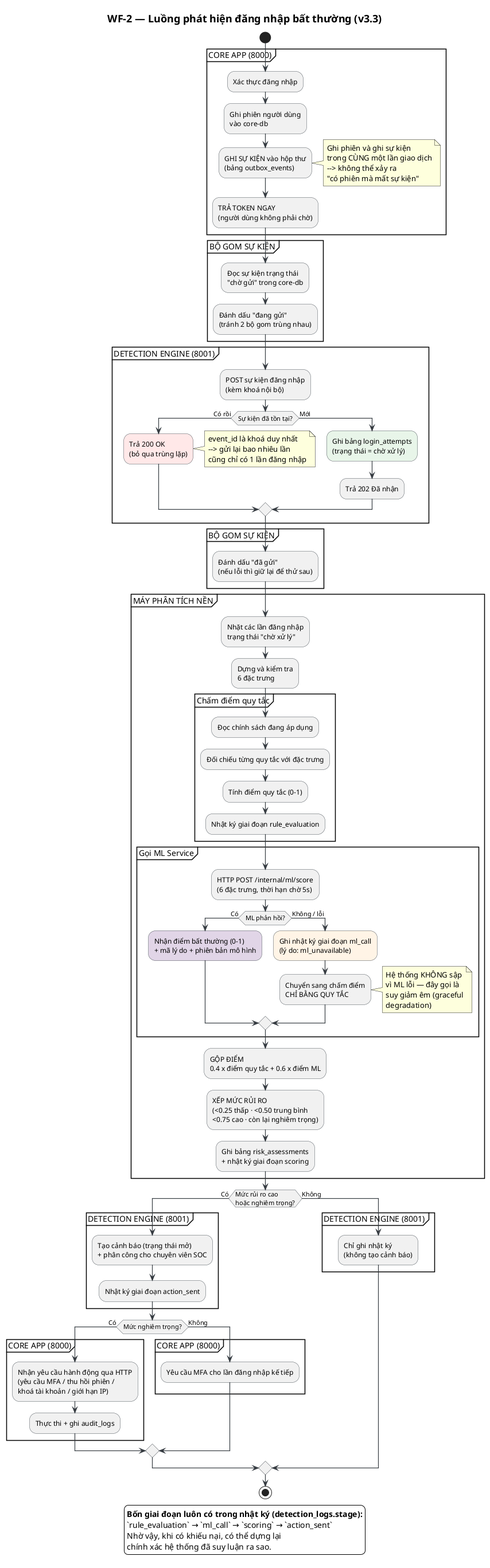
The PlantUML diagram docs/diagrams/v3.3-detect/02-wf2-duong-dien-chinh.png in Albert-Tuan/sentinel-auth, before a commit.
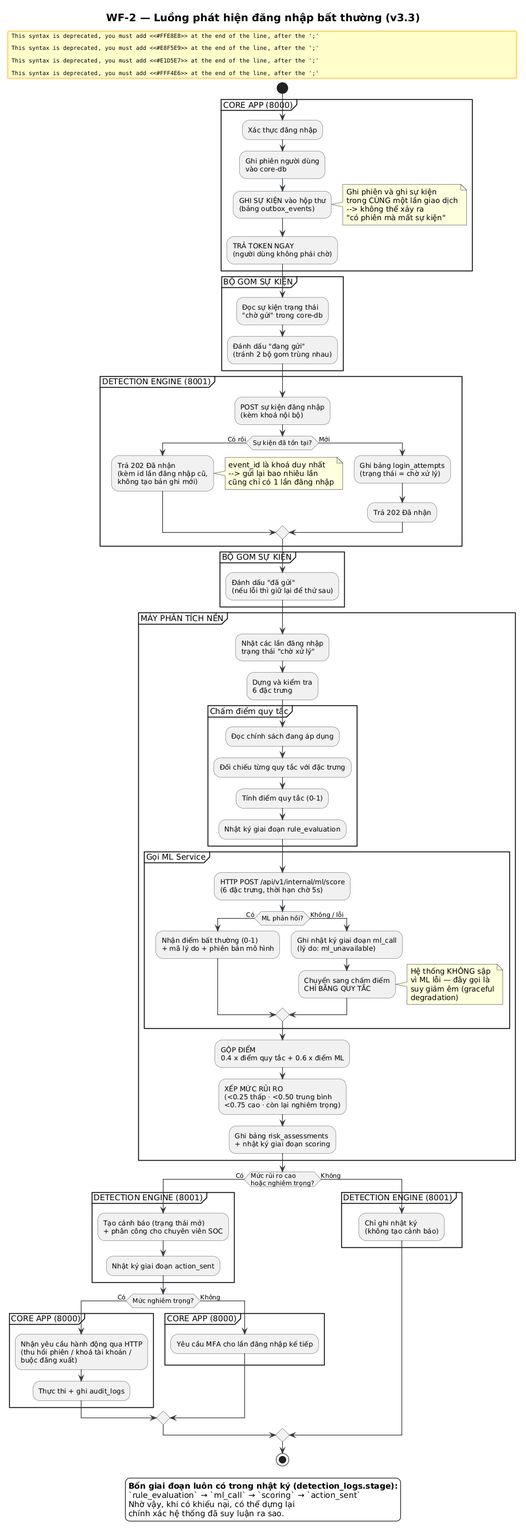
After the change.

What changed in the source:
```diff
@@ -35,7 +35,7 @@
 partition "DETECTION ENGINE (8001)" {
   :POST sự kiện đăng nhập\n(kèm khoá nội bộ);
   if (Sự kiện đã tồn tại?) then (Có rồi)
-    #FFE8E8:Trả 200 OK\n(bỏ qua trùng lặp);
+    #FFE8E8:Trả 202 Đã nhận\n(kèm id lần đăng nhập cũ,\nkhông tạo bản ghi mới);
     note right
       event_id là khoá duy nhất
       --> gửi lại bao nhiêu lần
@@ -59,7 +59,7 @@
     :Nhật ký giai đoạn rule_evaluation;
   }
   partition "Gọi ML Service" {
-    :HTTP POST /internal/ml/score\n(6 đặc trưng, thời hạn chờ 5s);
+    :HTTP POST /api/v1/internal/ml/score\n(6 đặc trưng, thời hạn chờ 5s);
     if (ML phản hồi?) then (Có)
       #E1D5E7:Nhận điểm bất thường (0-1)\n+ mã lý do + phiên bản mô hình;
     else (Không / lỗi)
@@ -84,7 +84,7 @@
   }
   if (Mức nghiêm trọng?) then (Có)
     partition "CORE APP (8000)" {
-      :Nhận yêu cầu hành động qua HTTP\n(yêu cầu MFA / thu hồi phiên /\nkhoá tài khoản / giới hạn IP);
+      :Nhận yêu cầu hành động qua HTTP\n(thu hồi phiên / khoá tài khoản /\nbuộc đăng xuất);
       :Thực thi + ghi audit_logs;
     }
   else (Không)
@@ -105,5 +105,4 @@
 Nhờ vậy, khi có khiếu nại, có thể dựng lại
 chính xác hệ thống đã suy luận ra sao.
 endlegend
-
 @enduml
```
